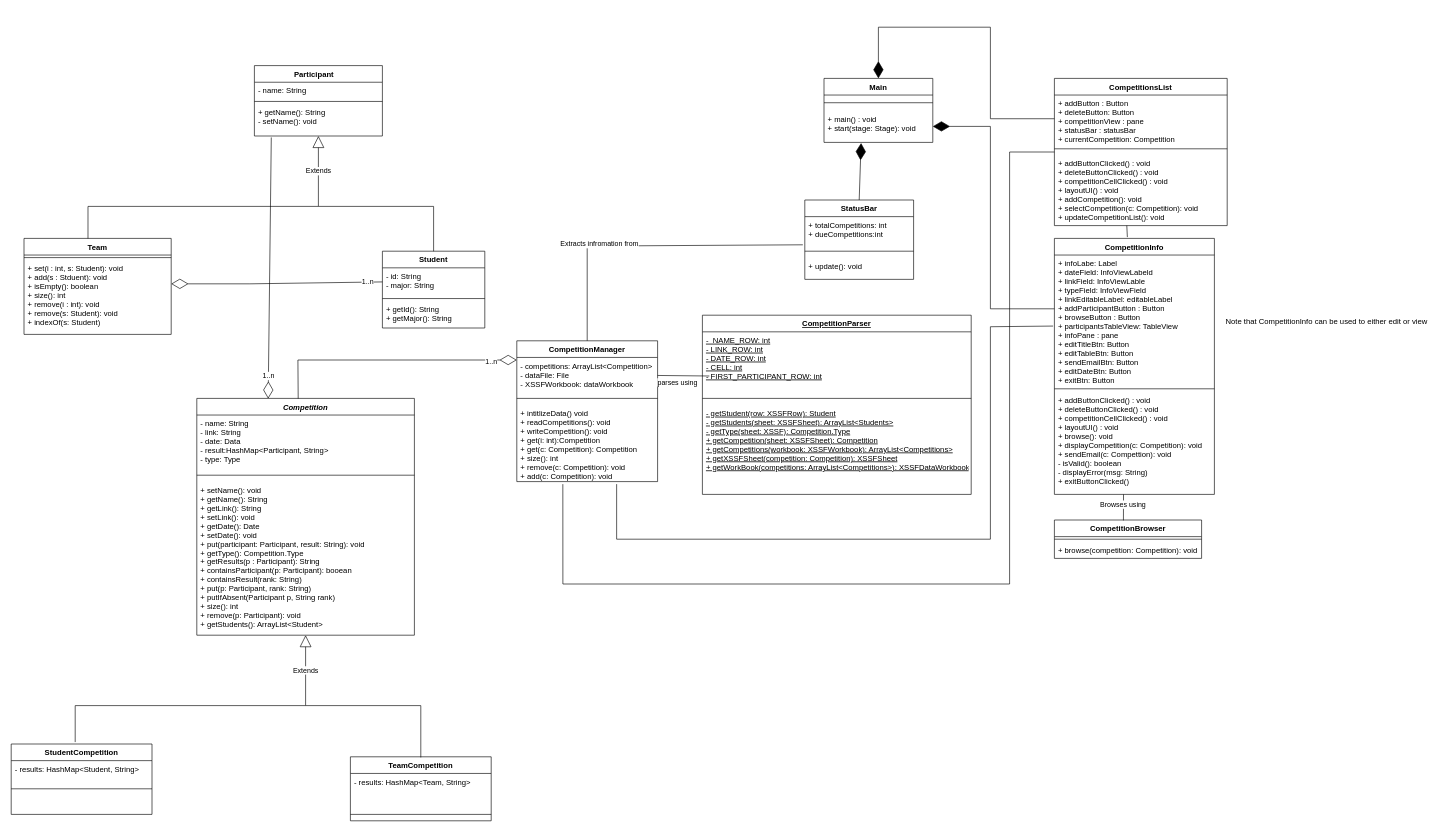
This is docs/phase2/class-diagram.drawio from AbdullahAXR/Competition-tracker, a draw.io file, before an edit. Source tidied: cells renumbered, new cells numbered last; positions are measured from the earlier drawing's top-left corner, leaving out a move shared by most shapes. Both pictures are drawn from the tidied source at 64%, with x=0, y=0 at pixel (11, 27).
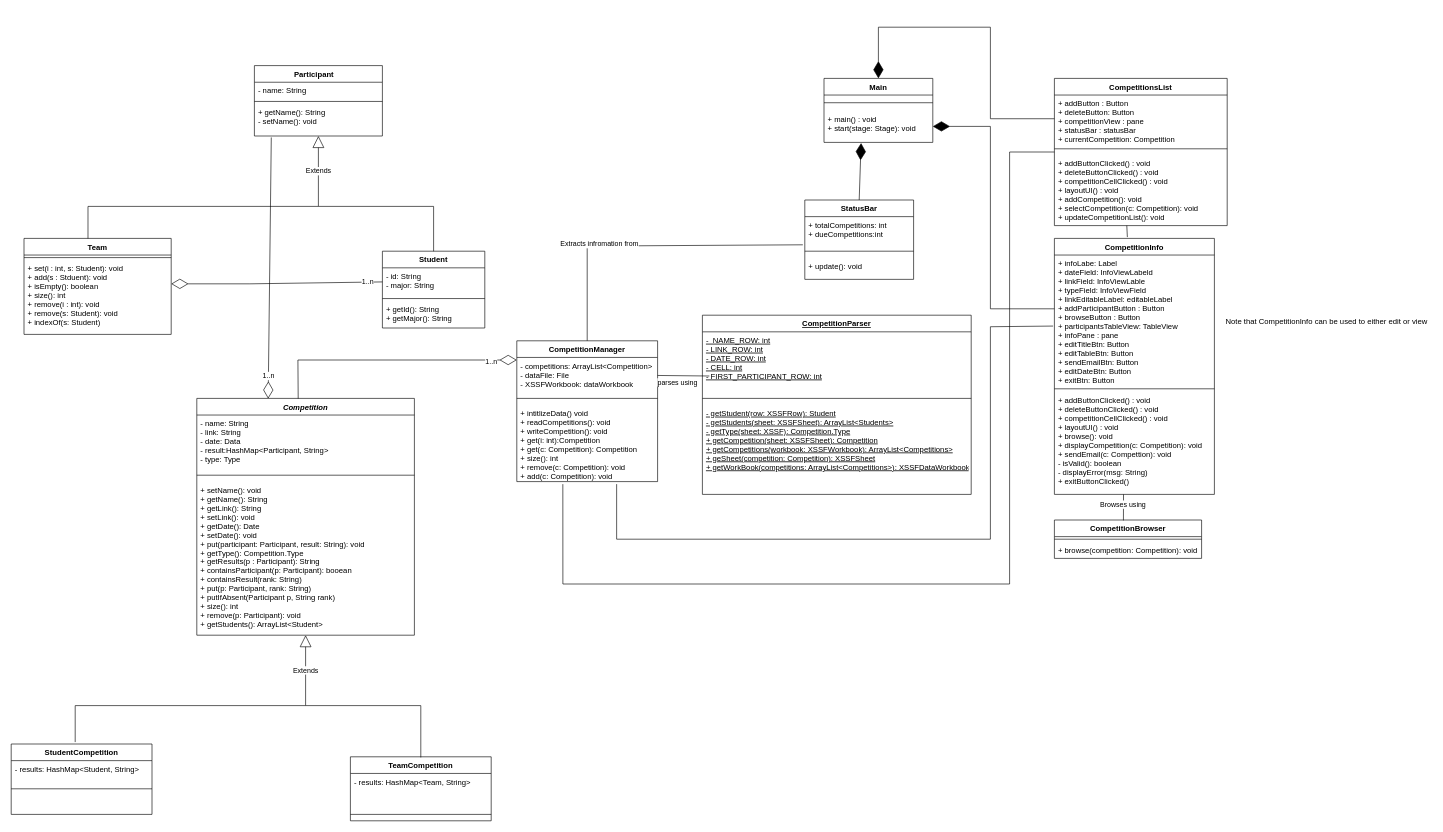
The same page after the edit.

Commit message (it also covers changes not shown here):
docs: changed a method name in competitionparser

The change refers to these unchanged cells:
```xml
<mxCell id="24" value="CompetitionParser" style="swimlane;fontStyle=5;align=center;verticalAlign=top;horizontal=1;startSize=26;" parent="1" vertex="1">
  <mxGeometry x="1080" y="450" width="420" height="280" as="geometry" />
</mxCell>
```

Change to the diagram source:
```diff
@@
-    <mxCell id="27" value="- getStudent(row: XSSFRow): Student&#10;- getStudents(sheet: XSSFSheet): ArrayList&lt;Students&gt;&#10;- getType(sheet: XSSF): Competition.Type&#10;+ getCompetition(sheet: XSSFSheet): Competition&#10;+ getCompetitions(workbook: XSSFWorkbook): ArrayList&lt;Competitions&gt;&#10;+ getXSSFSheet(competition: Competition): XSSFSheet&#10;+ getWorkBook(competitions: ArrayList&lt;Competitions&gt;): XSSFDataWorkbook &#10;" style="text;strokeColor=none;fillColor=none;align=left;verticalAlign=top;spacingLeft=4;spacingRight=4;overflow=hidden;fontStyle=4;" parent="24" vertex="1">
+    <mxCell id="27" value="- getStudent(row: XSSFRow): Student&#10;- getStudents(sheet: XSSFSheet): ArrayList&lt;Students&gt;&#10;- getType(sheet: XSSF): Competition.Type&#10;+ getCompetition(sheet: XSSFSheet): Competition&#10;+ getCompetitions(workbook: XSSFWorkbook): ArrayList&lt;Competitions&gt;&#10;+ geSheet(competition: Competition): XSSFSheet&#10;+ getWorkBook(competitions: ArrayList&lt;Competitions&gt;): XSSFDataWorkbook &#10;" style="text;strokeColor=none;fillColor=none;align=left;verticalAlign=top;spacingLeft=4;spacingRight=4;overflow=hidden;fontStyle=4;" parent="24" vertex="1">
       <mxGeometry y="140" width="420" height="140" as="geometry" />
     </mxCell>
```
